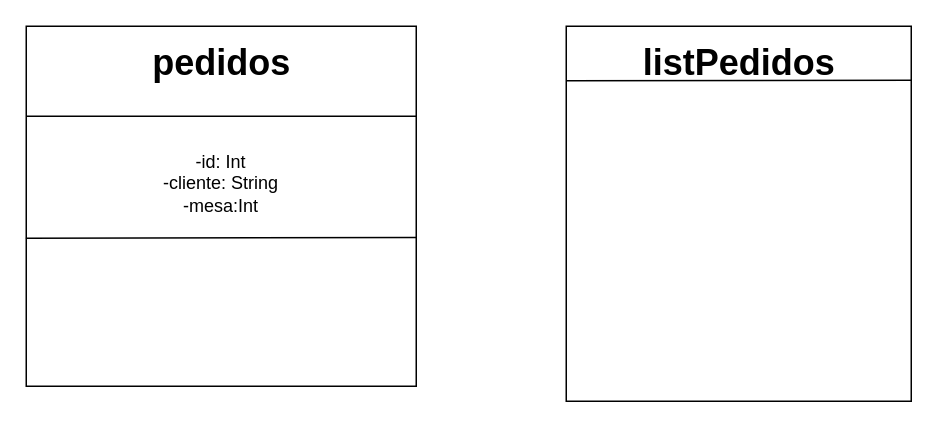
Before: pedidos.drawio in LuFassini/2TDS2-CadastroPedidos, a draw.io diagram. Source tidied: cells renumbered, new cells numbered last; positions are measured from the earlier drawing's top-left corner, leaving out a move shared by most shapes. Both pictures are drawn from the tidied source at 150%, with x=0, y=0 at pixel (26, 26).
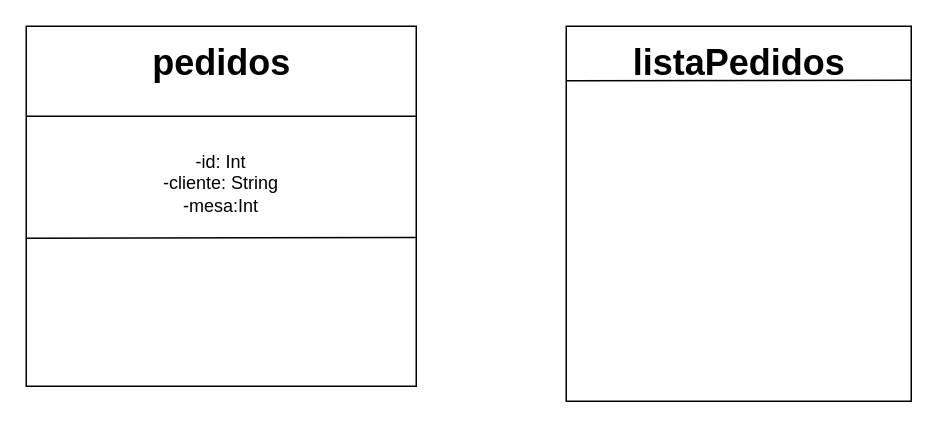
After the change.

Diff of the diagram source:
```diff
@@
 <mxGraphModel>
   <root>
     <mxCell id="0" />
     <mxCell id="1" parent="0" />
     <mxCell id="2" style="rounded=0;whiteSpace=wrap;html=1;" parent="1" vertex="1">
       <mxGeometry width="260" height="240" as="geometry" />
     </mxCell>
     <mxCell id="3" value="pedidos" style="text;strokeColor=none;fillColor=none;html=1;fontSize=24;fontStyle=1;verticalAlign=middle;align=center;" parent="1" vertex="1">
       <mxGeometry x="90" y="20" width="80" height="10" as="geometry" />
     </mxCell>
     <mxCell id="4" style="endArrow=none;html=1;entryX=1;entryY=0.25;entryDx=0;entryDy=0;exitX=0;exitY=0.25;exitDx=0;exitDy=0;" parent="1" edge="1" source="2" target="2">
       <mxGeometry relative="1" as="geometry" />
     </mxCell>
     <mxCell id="5" value="-id: Int&lt;br&gt;-cliente: String&lt;br&gt;-mesa:Int" style="text;html=1;strokeColor=none;fillColor=none;align=center;verticalAlign=middle;whiteSpace=wrap;rounded=0;" parent="1" vertex="1">
       <mxGeometry x="45" y="80" width="170" height="50" as="geometry" />
     </mxCell>
     <mxCell id="6" style="endArrow=none;html=1;exitX=1.001;exitY=0.587;exitDx=0;exitDy=0;exitPerimeter=0;entryX=-0.001;entryY=0.589;entryDx=0;entryDy=0;entryPerimeter=0;" parent="1" edge="1" source="2" target="2">
       <mxGeometry relative="1" as="geometry" />
     </mxCell>
     <mxCell id="7" style="rounded=0;whiteSpace=wrap;html=1;" parent="1" vertex="1">
       <mxGeometry x="360" width="230" height="250" as="geometry" />
     </mxCell>
-    <mxCell id="8" value="listPedidos" style="text;strokeColor=none;fillColor=none;html=1;fontSize=24;fontStyle=1;verticalAlign=middle;align=center;" parent="1" vertex="1">
+    <mxCell id="8" value="listaPedidos" style="text;strokeColor=none;fillColor=none;html=1;fontSize=24;fontStyle=1;verticalAlign=middle;align=center;" parent="1" vertex="1">
       <mxGeometry x="425" y="5" width="100" height="40" as="geometry" />
     </mxCell>
     <mxCell id="9" style="endArrow=none;html=1;exitX=0.001;exitY=0.145;exitDx=0;exitDy=0;exitPerimeter=0;" parent="1" edge="1" source="7">
       <mxGeometry relative="1" as="geometry">
         <mxPoint x="590" y="36" as="targetPoint" />
       </mxGeometry>
     </mxCell>
   </root>
 </mxGraphModel>
```
